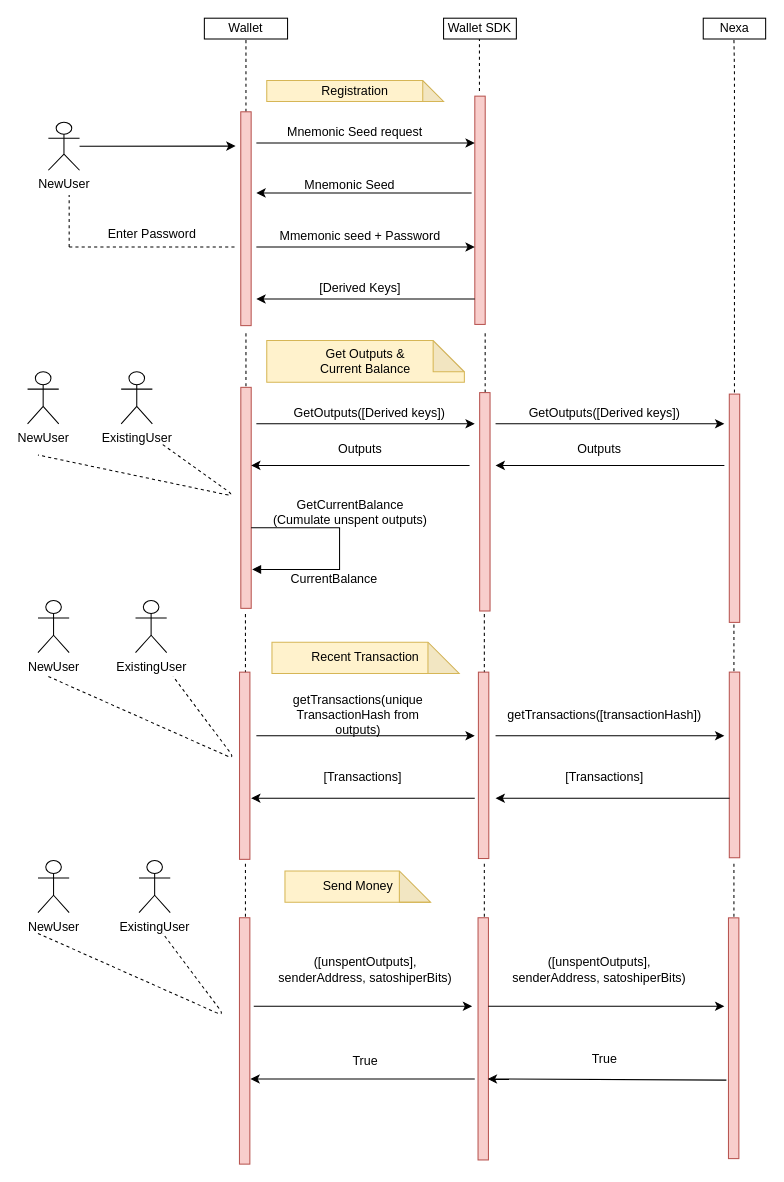
xoken/tonne keeps this draw.io diagram as assets/nipkow_sequence_diagram.drawio. Above is the earlier version. Source tidied: cells renumbered, new cells numbered last; positions are measured from the earlier drawing's top-left corner, leaving out a move shared by most shapes. Both pictures are drawn from the tidied source at 104%, with x=0, y=0 at pixel (27, 18).
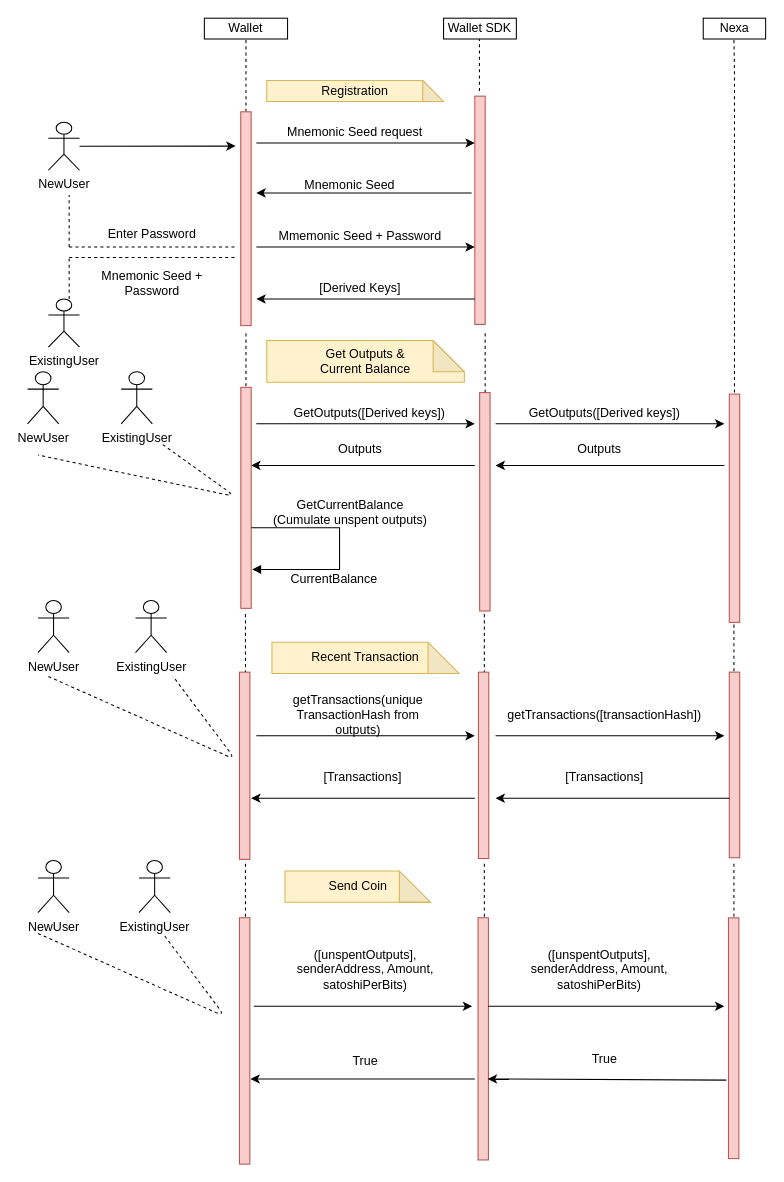
After the change.

Change to the diagram source:
```diff
@@
-    <mxCell id="16" value="Mmemonic seed + Password" style="text;html=1;strokeColor=none;fillColor=none;align=center;verticalAlign=middle;whiteSpace=wrap;rounded=0;" parent="1" vertex="1">
+    <mxCell id="16" value="Mmemonic Seed + Password" style="text;html=1;strokeColor=none;fillColor=none;align=center;verticalAlign=middle;whiteSpace=wrap;rounded=0;" parent="1" vertex="1">
       <mxGeometry x="240" y="200" width="160" height="20" as="geometry" />
     </mxCell>
@@
     <mxCell id="30" style="endArrow=classic;html=1;" parent="1" edge="1">
       <mxGeometry relative="1" as="geometry">
-        <mxPoint x="425" y="430" as="sourcePoint" />
+        <mxPoint x="430" y="430" as="sourcePoint" />
         <mxPoint x="215" y="430" as="targetPoint" />
       </mxGeometry>
     </mxCell>
@@
-    <mxCell id="59" value="Send Money" style="shape=note;whiteSpace=wrap;html=1;backgroundOutline=1;darkOpacity=0.05;fillColor=#fff2cc;strokeColor=#d6b656;" parent="1" vertex="1">
+    <mxCell id="59" value="Send Coin" style="shape=note;whiteSpace=wrap;html=1;backgroundOutline=1;darkOpacity=0.05;fillColor=#fff2cc;strokeColor=#d6b656;" parent="1" vertex="1">
       <mxGeometry x="247.5" y="820" width="140" height="30" as="geometry" />
     </mxCell>
@@
-    <mxCell id="69" value="([unspentOutputs], senderAddress, satoshiperBits)" style="text;html=1;strokeColor=none;fillColor=none;align=center;verticalAlign=middle;whiteSpace=wrap;rounded=0;" parent="1" vertex="1">
+    <mxCell id="69" value="([unspentOutputs], senderAddress, Amount, satoshiPerBits)" style="text;html=1;strokeColor=none;fillColor=none;align=center;verticalAlign=middle;whiteSpace=wrap;rounded=0;" parent="1" vertex="1">
       <mxGeometry x="240" y="890" width="170" height="50" as="geometry" />
     </mxCell>
@@
-    <mxCell id="75" value="([unspentOutputs], senderAddress, satoshiperBits)" style="text;html=1;strokeColor=none;fillColor=none;align=center;verticalAlign=middle;whiteSpace=wrap;rounded=0;" parent="1" vertex="1">
+    <mxCell id="75" value="([unspentOutputs], senderAddress, Amount, satoshiPerBits)" style="text;html=1;strokeColor=none;fillColor=none;align=center;verticalAlign=middle;whiteSpace=wrap;rounded=0;" parent="1" vertex="1">
       <mxGeometry x="465" y="890" width="170" height="50" as="geometry" />
     </mxCell>
@@
+    <mxCell id="80" value="ExistingUser" style="shape=umlActor;verticalLabelPosition=bottom;verticalAlign=top;html=1;" parent="1" vertex="1">
+      <mxGeometry x="20" y="270" width="30" height="46.2" as="geometry" />
+    </mxCell>
+    <mxCell id="81" style="endArrow=none;dashed=1;html=1;" parent="1" edge="1">
+      <mxGeometry relative="1" as="geometry">
+        <mxPoint x="40" y="230" as="sourcePoint" />
+        <mxPoint x="200" y="230" as="targetPoint" />
+      </mxGeometry>
+    </mxCell>
+    <mxCell id="82" style="endArrow=none;dashed=1;html=1;" parent="1" edge="1">
+      <mxGeometry relative="1" as="geometry">
+        <mxPoint x="40" y="270" as="sourcePoint" />
+        <mxPoint x="40" y="230" as="targetPoint" />
+      </mxGeometry>
+    </mxCell>
+    <mxCell id="83" value="Mnemonic Seed + Password" style="text;html=1;strokeColor=none;fillColor=none;align=center;verticalAlign=middle;whiteSpace=wrap;rounded=0;" parent="1" vertex="1">
+      <mxGeometry x="50" y="240" width="140" height="30" as="geometry" />
+    </mxCell>
```
